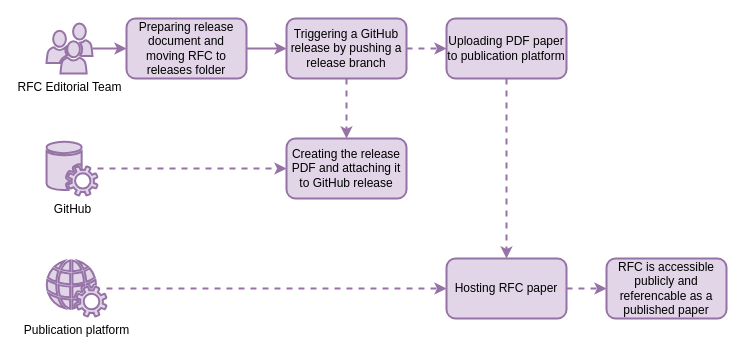
Earlier version of the draw.io diagram files/drafts/RFC-0003/images/phase_4.drawio (time-machine-project/requests-for-comments). Source tidied: cells renumbered, new cells numbered last; positions are measured from the earlier drawing's top-left corner, leaving out a move shared by most shapes. Both pictures are drawn from the tidied source at 100%, with x=0, y=0 at pixel (46, 18).
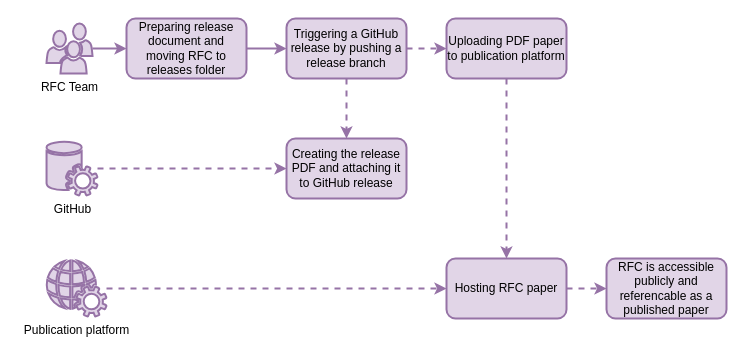
The same diagram, later.

Commit message (it also covers changes not shown here):
Unify RFC Team usage

Diff of the diagram source:
```diff
@@
 <mxGraphModel>
   <root>
     <mxCell id="0" />
     <mxCell id="1" parent="0" />
     <mxCell id="2" style="edgeStyle=orthogonalEdgeStyle;rounded=0;jettySize=auto;html=1;fillColor=#e1d5e7;strokeColor=#9673a6;strokeWidth=2;" parent="1" edge="1" source="3" target="8">
       <mxGeometry relative="1" as="geometry" />
     </mxCell>
     <mxCell id="3" value="Preparing release document and moving RFC to releases folder" style="rounded=1;whiteSpace=wrap;html=1;fillColor=#e1d5e7;strokeColor=#9673a6;strokeWidth=2;" parent="1" vertex="1">
       <mxGeometry x="80" width="120" height="60" as="geometry" />
     </mxCell>
     <mxCell id="4" style="edgeStyle=orthogonalEdgeStyle;rounded=0;jettySize=auto;html=1;fillColor=#e1d5e7;strokeColor=#9673a6;strokeWidth=2;" parent="1" edge="1" source="5" target="3">
       <mxGeometry relative="1" as="geometry" />
     </mxCell>
-    <mxCell id="5" value="RFC Editorial Team" style="shadow=0;dashed=0;html=1;strokeColor=#9673a6;fillColor=#e1d5e7;labelPosition=center;verticalLabelPosition=bottom;verticalAlign=top;outlineConnect=0;align=center;shape=mxgraph.office.users.users;strokeWidth=2;" parent="1" vertex="1">
+    <mxCell id="5" value="RFC Team" style="shadow=0;dashed=0;html=1;strokeColor=#9673a6;fillColor=#e1d5e7;labelPosition=center;verticalLabelPosition=bottom;verticalAlign=top;outlineConnect=0;align=center;shape=mxgraph.office.users.users;strokeWidth=2;" parent="1" vertex="1">
       <mxGeometry y="5" width="46" height="50" as="geometry" />
     </mxCell>
     <mxCell id="6" style="edgeStyle=orthogonalEdgeStyle;rounded=0;jettySize=auto;html=1;dashed=1;fillColor=#e1d5e7;strokeColor=#9673a6;strokeWidth=2;" parent="1" edge="1" source="8" target="17">
       <mxGeometry relative="1" as="geometry" />
     </mxCell>
     <mxCell id="7" style="edgeStyle=orthogonalEdgeStyle;rounded=0;jettySize=auto;html=1;dashed=1;fillColor=#e1d5e7;strokeColor=#9673a6;strokeWidth=2;" parent="1" edge="1" source="8" target="11">
       <mxGeometry relative="1" as="geometry" />
     </mxCell>
     <mxCell id="8" value="Triggering a GitHub release by pushing a release branch" style="rounded=1;whiteSpace=wrap;html=1;fillColor=#e1d5e7;strokeColor=#9673a6;strokeWidth=2;" parent="1" vertex="1">
       <mxGeometry x="240" width="120" height="60" as="geometry" />
     </mxCell>
     <mxCell id="9" style="edgeStyle=orthogonalEdgeStyle;rounded=0;jettySize=auto;html=1;dashed=1;fillColor=#e1d5e7;strokeColor=#9673a6;strokeWidth=2;" parent="1" edge="1" source="10" target="11">
       <mxGeometry relative="1" as="geometry" />
     </mxCell>
     <mxCell id="10" value="GitHub" style="shadow=0;dashed=0;html=1;strokeColor=#9673a6;fillColor=#e1d5e7;labelPosition=center;verticalLabelPosition=bottom;verticalAlign=top;outlineConnect=0;align=center;shape=mxgraph.office.services.central_management_service;strokeWidth=2;" parent="1" vertex="1">
       <mxGeometry y="123" width="51" height="54" as="geometry" />
     </mxCell>
     <mxCell id="11" value="Creating the release PDF and attaching it to GitHub release" style="rounded=1;whiteSpace=wrap;html=1;fillColor=#e1d5e7;strokeColor=#9673a6;strokeWidth=2;" parent="1" vertex="1">
       <mxGeometry x="240" y="120" width="120" height="60" as="geometry" />
     </mxCell>
     <mxCell id="12" style="edgeStyle=orthogonalEdgeStyle;rounded=0;jettySize=auto;html=1;dashed=1;fillColor=#e1d5e7;strokeColor=#9673a6;strokeWidth=2;" parent="1" edge="1" source="13" target="15">
       <mxGeometry relative="1" as="geometry" />
     </mxCell>
     <mxCell id="13" value="Publication platform" style="shadow=0;dashed=0;html=1;strokeColor=#9673a6;fillColor=#e1d5e7;labelPosition=center;verticalLabelPosition=bottom;verticalAlign=top;outlineConnect=0;align=center;shape=mxgraph.office.services.web_services;strokeWidth=2;" parent="1" vertex="1">
       <mxGeometry y="242" width="60" height="56" as="geometry" />
     </mxCell>
     <mxCell id="14" style="edgeStyle=orthogonalEdgeStyle;rounded=0;jettySize=auto;html=1;dashed=1;fillColor=#e1d5e7;strokeColor=#9673a6;strokeWidth=2;" parent="1" edge="1" source="15" target="18">
       <mxGeometry relative="1" as="geometry" />
     </mxCell>
     <mxCell id="15" value="Hosting RFC paper" style="rounded=1;whiteSpace=wrap;html=1;fillColor=#e1d5e7;strokeColor=#9673a6;strokeWidth=2;" parent="1" vertex="1">
       <mxGeometry x="400" y="240" width="120" height="60" as="geometry" />
     </mxCell>
     <mxCell id="16" style="edgeStyle=orthogonalEdgeStyle;rounded=0;jettySize=auto;html=1;entryX=0.5;entryY=0;entryDx=0;entryDy=0;dashed=1;fillColor=#e1d5e7;strokeColor=#9673a6;strokeWidth=2;" parent="1" edge="1" source="17" target="15">
       <mxGeometry relative="1" as="geometry" />
     </mxCell>
     <mxCell id="17" value="Uploading PDF paper to publication platform" style="rounded=1;whiteSpace=wrap;html=1;fillColor=#e1d5e7;strokeColor=#9673a6;strokeWidth=2;" parent="1" vertex="1">
       <mxGeometry x="400" width="120" height="60" as="geometry" />
     </mxCell>
     <mxCell id="18" value="RFC is accessible publicly and referencable as a published paper" style="rounded=1;whiteSpace=wrap;html=1;fillColor=#e1d5e7;strokeColor=#9673a6;strokeWidth=2;" parent="1" vertex="1">
       <mxGeometry x="560" y="240" width="120" height="60" as="geometry" />
     </mxCell>
   </root>
 </mxGraphModel>
```
